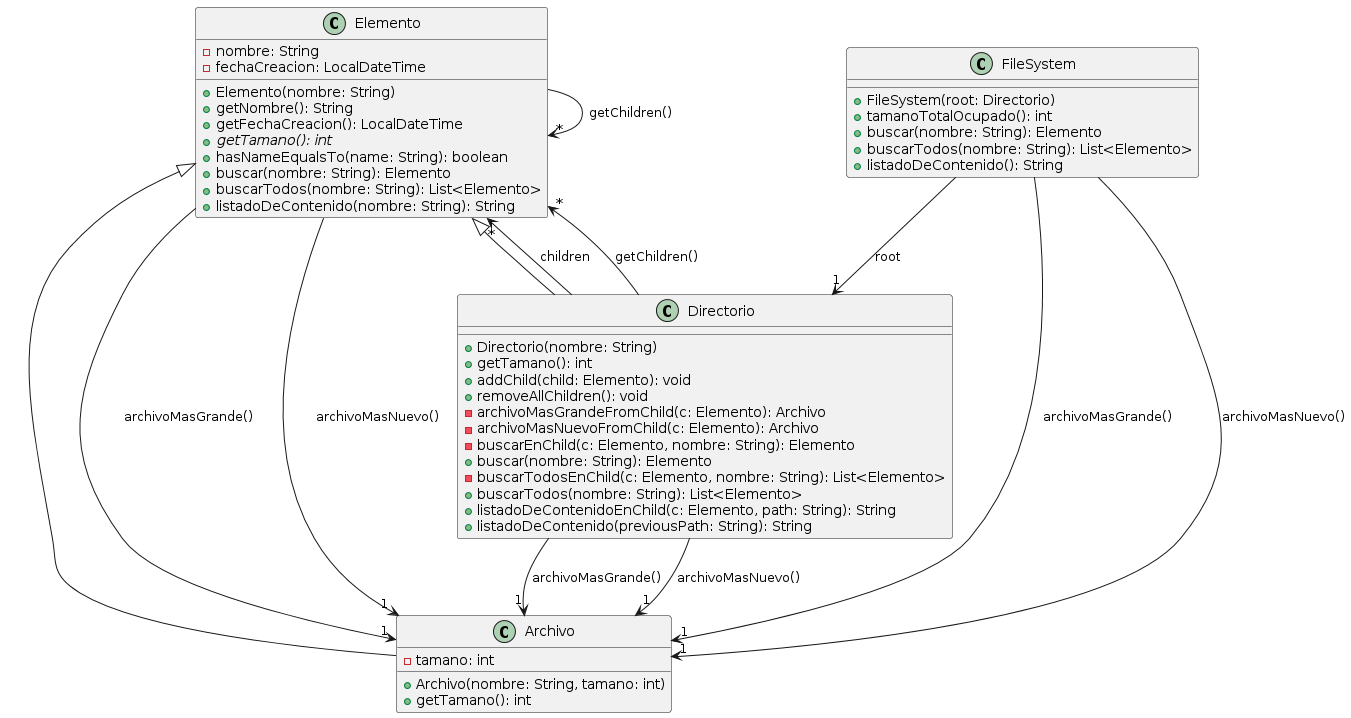
The PlantUML diagram 1er_semestre/OO2/Practicas/Practica_resuelta/ejercicio07/UML.png in Pedro0604/3ro-LS-LI-APU, before a commit. The source it was exported from:
```plantuml
@startuml
class Archivo [[java:ar.edu.unlp.info.oo2.ejercicio7.Archivo]] {
	-tamano: int
	+Archivo(nombre: String, tamano: int)
	+getTamano(): int
}
class Elemento {
}
Elemento <|-- Archivo
abstract class Elemento [[java:ar.edu.unlp.info.oo2.ejercicio7.Elemento]] {
	-nombre: String
	-fechaCreacion: LocalDateTime
	+Elemento(nombre: String)
	+getNombre(): String
	+getFechaCreacion(): LocalDateTime
	+{abstract} getTamano(): int
	+hasNameEqualsTo(name: String): boolean
	+buscar(nombre: String): Elemento
	+buscarTodos(nombre: String): List<Elemento>
	+listadoDeContenido(nombre: String): String
}
class Elemento {
}
Elemento --> "*" Elemento : getChildren()
class Archivo {
}
Elemento --> "1" Archivo : archivoMasGrande()
class Archivo {
}
Elemento --> "1" Archivo : archivoMasNuevo()
class Directorio [[java:ar.edu.unlp.info.oo2.ejercicio7.Directorio]] {
	+Directorio(nombre: String)
	+getTamano(): int
	+addChild(child: Elemento): void
	+removeAllChildren(): void
	-archivoMasGrandeFromChild(c: Elemento): Archivo
	-archivoMasNuevoFromChild(c: Elemento): Archivo
	-buscarEnChild(c: Elemento, nombre: String): Elemento
	+buscar(nombre: String): Elemento
	-buscarTodosEnChild(c: Elemento, nombre: String): List<Elemento>
	+buscarTodos(nombre: String): List<Elemento>
	+listadoDeContenidoEnChild(c: Elemento, path: String): String
	+listadoDeContenido(previousPath: String): String
}
class Elemento {
}
Directorio --> "*" Elemento : children
class Elemento {
}
Directorio --> "*" Elemento : getChildren()
class Archivo {
}
Directorio --> "1" Archivo : archivoMasGrande()
class Archivo {
}
Directorio --> "1" Archivo : archivoMasNuevo()
class Elemento {
}
Elemento <|-- Directorio
class FileSystem [[java:ar.edu.unlp.info.oo2.ejercicio7.FileSystem]] {
	+FileSystem(root: Directorio)
	+tamanoTotalOcupado(): int
	+buscar(nombre: String): Elemento
	+buscarTodos(nombre: String): List<Elemento>
	+listadoDeContenido(): String
}
class Directorio {
}
FileSystem --> "1" Directorio : root
class Archivo {
}
FileSystem --> "1" Archivo : archivoMasGrande()
class Archivo {
}
FileSystem --> "1" Archivo : archivoMasNuevo()
@enduml
```
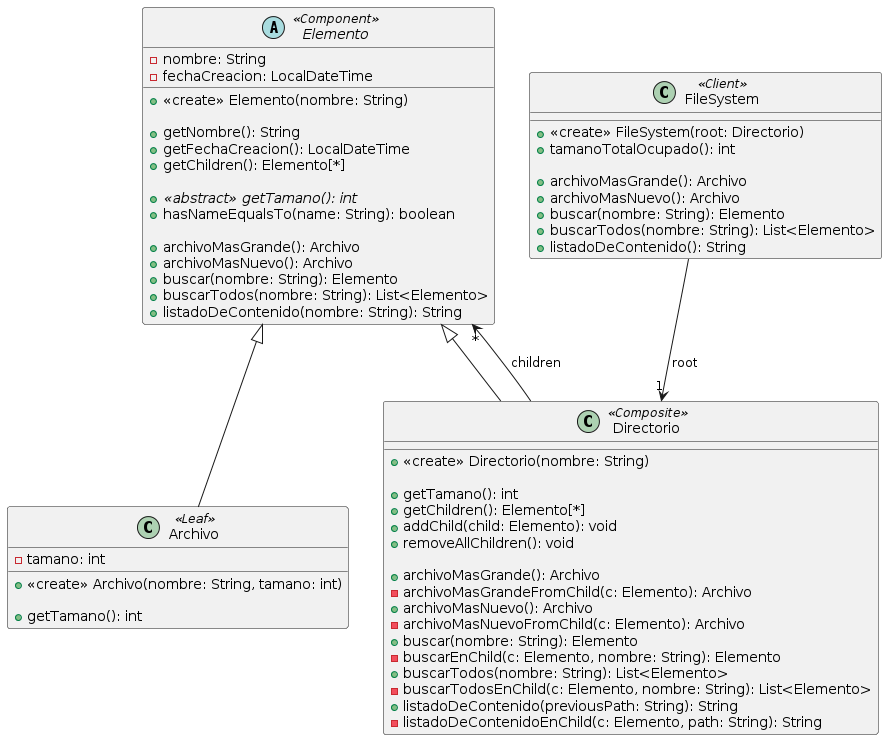
The same diagram one commit later.

What changed in the source:
```diff
@@ -1,76 +1,62 @@
 @startuml
-class Archivo [[java:ar.edu.unlp.info.oo2.ejercicio7.Archivo]] {
-	-tamano: int
-	+Archivo(nombre: String, tamano: int)
-	+getTamano(): int
+class FileSystem <<Client>> {
+	+<<create>> FileSystem(root: Directorio)
+	+tamanoTotalOcupado(): int
+
+	+archivoMasGrande(): Archivo
+	+archivoMasNuevo(): Archivo
+	+buscar(nombre: String): Elemento
+	+buscarTodos(nombre: String): List<Elemento>
+	+listadoDeContenido(): String
 }
-class Elemento {
-}
-Elemento <|-- Archivo
-abstract class Elemento [[java:ar.edu.unlp.info.oo2.ejercicio7.Elemento]] {
+
+abstract class Elemento <<Component>> {
 	-nombre: String
 	-fechaCreacion: LocalDateTime
-	+Elemento(nombre: String)
+
+	+<<create>> Elemento(nombre: String)
+
 	+getNombre(): String
 	+getFechaCreacion(): LocalDateTime
-	+{abstract} getTamano(): int
+        +getChildren(): Elemento[*]
+
+	+{abstract}<<abstract>> getTamano(): int
 	+hasNameEqualsTo(name: String): boolean
+
+	+archivoMasGrande(): Archivo
+	+archivoMasNuevo(): Archivo
 	+buscar(nombre: String): Elemento
 	+buscarTodos(nombre: String): List<Elemento>
 	+listadoDeContenido(nombre: String): String
 }
-class Elemento {
+
+class Archivo <<Leaf>> extends Elemento {
+	-tamano: int
+
+	+<<create>> Archivo(nombre: String, tamano: int)
+
+	+getTamano(): int
 }
-Elemento --> "*" Elemento : getChildren()
-class Archivo {
-}
-Elemento --> "1" Archivo : archivoMasGrande()
-class Archivo {
-}
-Elemento --> "1" Archivo : archivoMasNuevo()
-class Directorio [[java:ar.edu.unlp.info.oo2.ejercicio7.Directorio]] {
-	+Directorio(nombre: String)
+
+class Directorio <<Composite>> extends Elemento {
+	+<<create>> Directorio(nombre: String)
+
 	+getTamano(): int
+        +getChildren(): Elemento[*]
 	+addChild(child: Elemento): void
 	+removeAllChildren(): void
+
+	+archivoMasGrande(): Archivo
 	-archivoMasGrandeFromChild(c: Elemento): Archivo
+	+archivoMasNuevo(): Archivo
 	-archivoMasNuevoFromChild(c: Elemento): Archivo
+	+buscar(nombre: String): Elemento
 	-buscarEnChild(c: Elemento, nombre: String): Elemento
-	+buscar(nombre: String): Elemento
+	+buscarTodos(nombre: String): List<Elemento>
 	-buscarTodosEnChild(c: Elemento, nombre: String): List<Elemento>
-	+buscarTodos(nombre: String): List<Elemento>
-	+listadoDeContenidoEnChild(c: Elemento, path: String): String
 	+listadoDeContenido(previousPath: String): String
+	-listadoDeContenidoEnChild(c: Elemento, path: String): String
 }
-class Elemento {
-}
-Directorio --> "*" Elemento : children
-class Elemento {
-}
-Directorio --> "*" Elemento : getChildren()
-class Archivo {
-}
-Directorio --> "1" Archivo : archivoMasGrande()
-class Archivo {
-}
-Directorio --> "1" Archivo : archivoMasNuevo()
-class Elemento {
-}
-Elemento <|-- Directorio
-class FileSystem [[java:ar.edu.unlp.info.oo2.ejercicio7.FileSystem]] {
-	+FileSystem(root: Directorio)
-	+tamanoTotalOcupado(): int
-	+buscar(nombre: String): Elemento
-	+buscarTodos(nombre: String): List<Elemento>
-	+listadoDeContenido(): String
-}
-class Directorio {
-}
+Directorio -up-> "*" Elemento: children
 FileSystem --> "1" Directorio : root
-class Archivo {
-}
-FileSystem --> "1" Archivo : archivoMasGrande()
-class Archivo {
-}
-FileSystem --> "1" Archivo : archivoMasNuevo()
 @enduml
```
